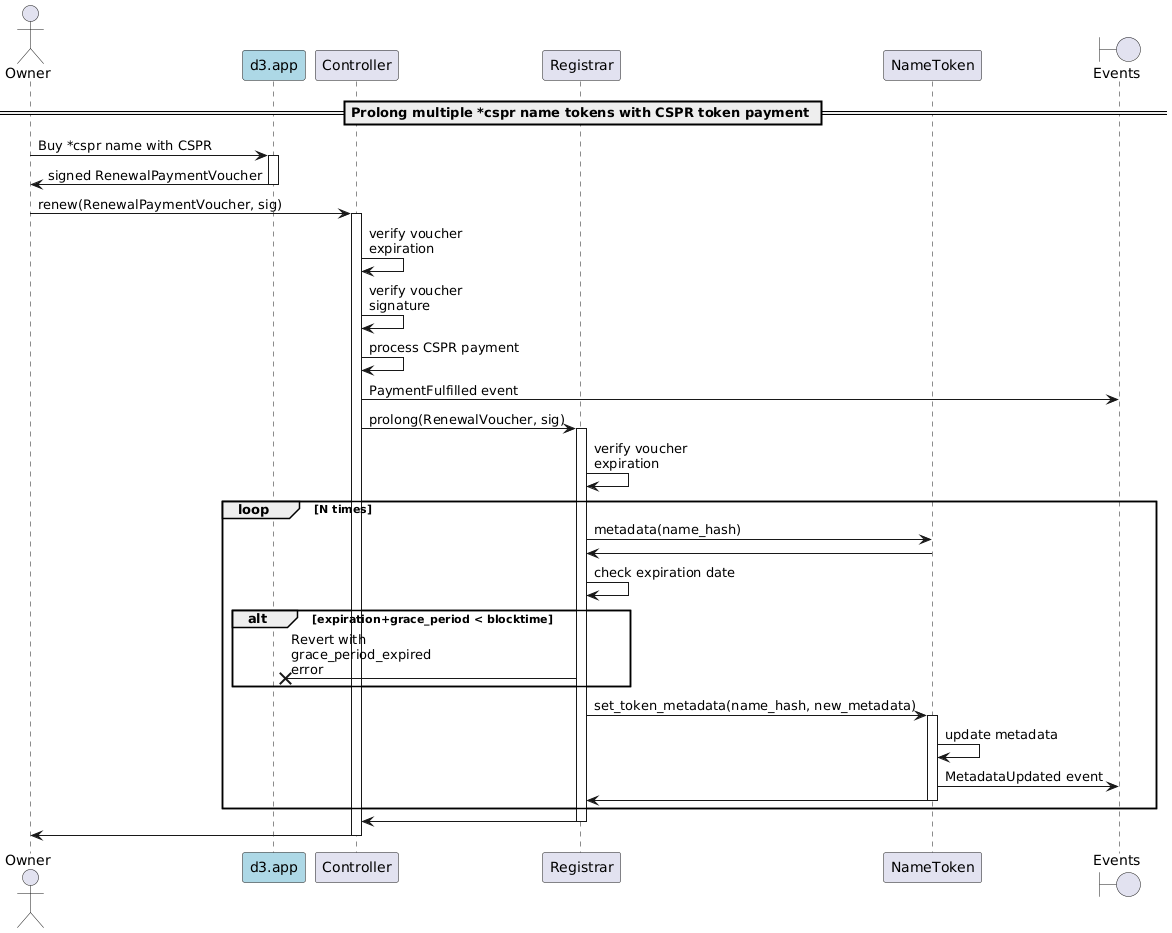
Before: docs/sequence-diagrams/puml/onchain-renewal.png, a diagram exported from PlantUML (make-software/cspr-name-contracts).
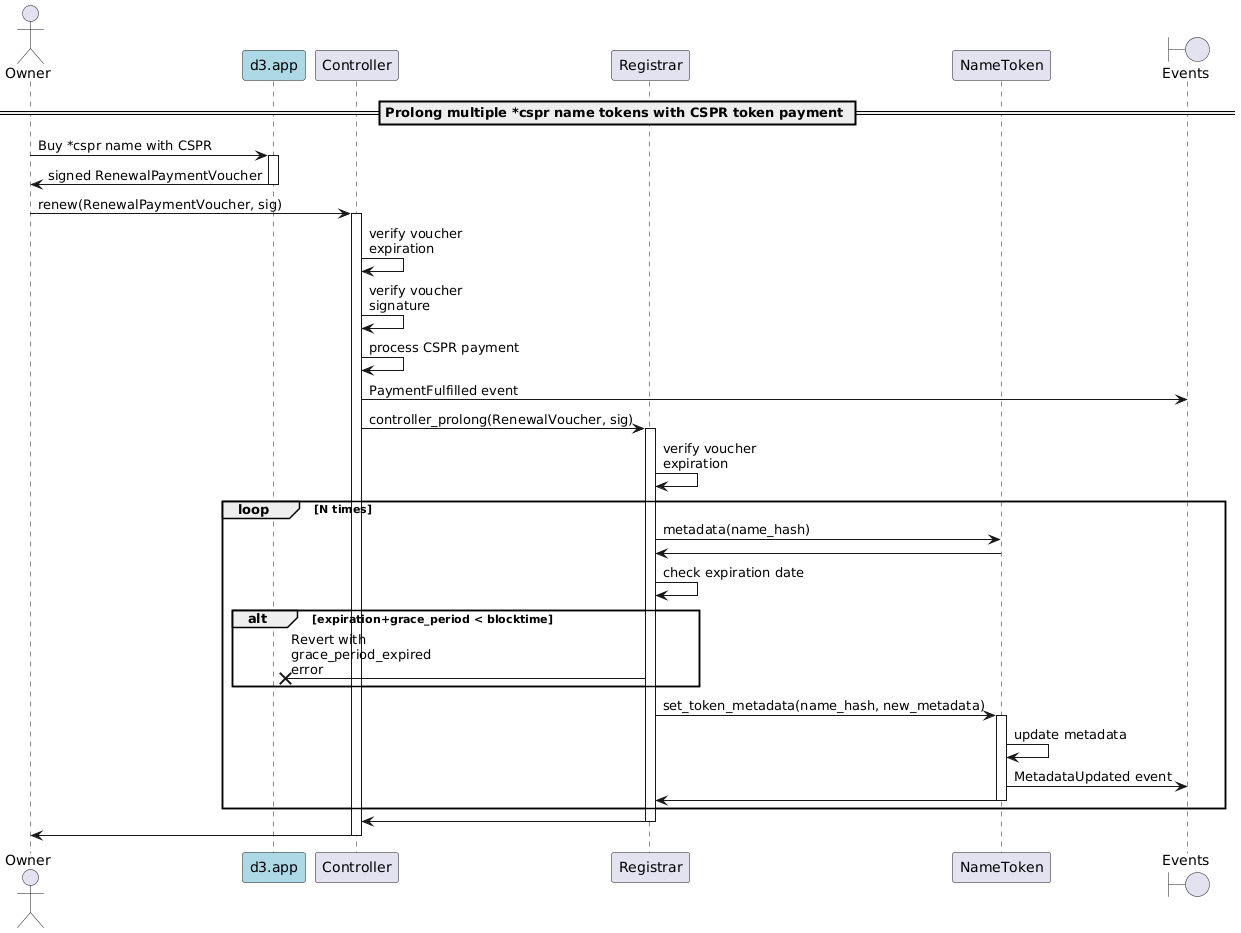
The same diagram one commit later.

The edit, as a diff of the source:
```diff
@@ -20,7 +20,7 @@
 Controller -> Controller: verify voucher\nsignature
 Controller -> Controller: process CSPR payment
 Controller -> "Events": PaymentFulfilled event
-Controller -> Registrar: prolong(RenewalVoucher, sig)
+Controller -> Registrar: controller_prolong(RenewalVoucher, sig)
 activate Registrar
 Registrar -> Registrar: verify voucher\nexpiration
     loop N times
```
